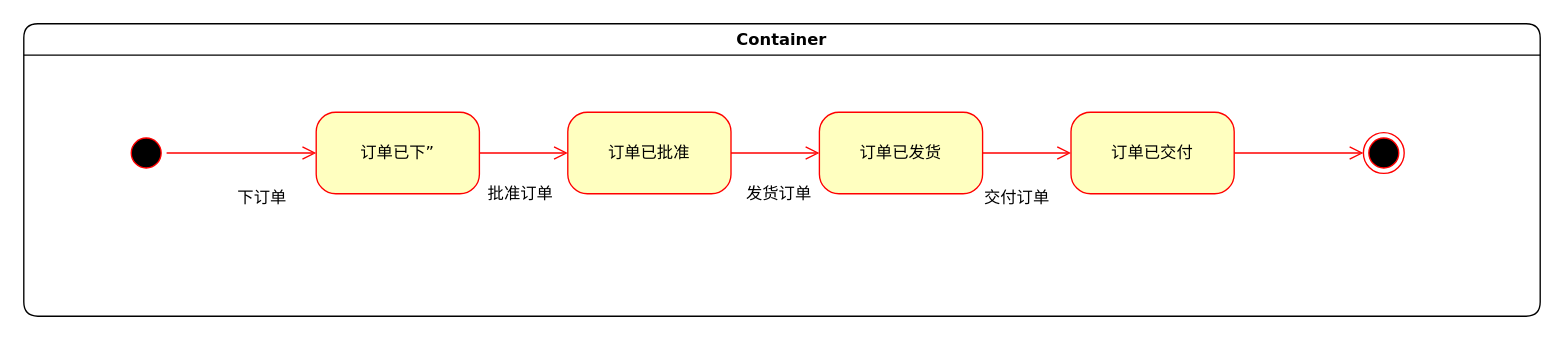
The draw.io diagram 未命名绘图.drawio in sunmiao0301/Public-Pic-Bed, before the edit. Source tidied: cells renumbered, new cells numbered last; positions are measured from the earlier drawing's top-left corner, leaving out a move shared by most shapes. Both pictures are drawn from the tidied source at 136%, with x=0, y=0 at pixel (23, 23).
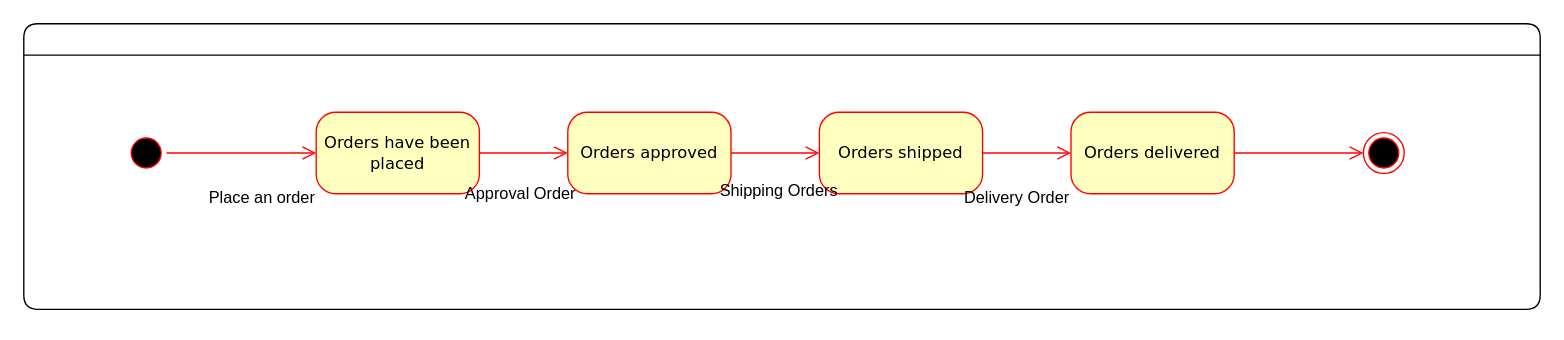
The same diagram, later.

Commit message (it also covers changes not shown here):
更新未命名绘图.drawio

Change to the diagram source:
```diff
@@
 <mxGraphModel>
   <root>
     <mxCell id="0" />
     <mxCell id="1" parent="0" />
-    <mxCell id="2" value="Container" style="swimlane;whiteSpace=wrap;html=1;rounded=1;shadow=0;comic=0;labelBackgroundColor=none;strokeWidth=1;fontFamily=Verdana;fontSize=12;align=center;" parent="1" vertex="1">
-      <mxGeometry width="1115" height="215" as="geometry" />
+    <mxCell id="2" style="swimlane;whiteSpace=wrap;html=1;rounded=1;shadow=0;comic=0;labelBackgroundColor=none;strokeWidth=1;fontFamily=Verdana;fontSize=12;align=center;" parent="1" vertex="1">
+      <mxGeometry width="1115" height="210" as="geometry" />
     </mxCell>
     <mxCell id="3" style="edgeStyle=elbowEdgeStyle;html=1;labelBackgroundColor=none;endArrow=open;endSize=8;strokeColor=#ff0000;fontFamily=Verdana;fontSize=12;align=left;" parent="2" edge="1" source="4" target="9">
       <mxGeometry relative="1" as="geometry" />
     </mxCell>
-    <mxCell id="4" value="订单已下”" style="rounded=1;whiteSpace=wrap;html=1;arcSize=24;fillColor=#ffffc0;strokeColor=#ff0000;shadow=0;comic=0;labelBackgroundColor=none;fontFamily=Verdana;fontSize=12;fontColor=#000000;align=center;" parent="2" vertex="1">
+    <mxCell id="4" value="Orders have been placed" style="rounded=1;whiteSpace=wrap;html=1;arcSize=24;fillColor=#ffffc0;strokeColor=#ff0000;shadow=0;comic=0;labelBackgroundColor=none;fontFamily=Verdana;fontSize=12;fontColor=#000000;align=center;" parent="2" vertex="1">
       <mxGeometry x="215" y="65" width="120" height="60" as="geometry" />
     </mxCell>
     <mxCell id="5" style="ellipse;html=1;shape=endState;fillColor=#000000;strokeColor=#ff0000;rounded=1;shadow=0;comic=0;labelBackgroundColor=none;fontFamily=Verdana;fontSize=12;fontColor=#000000;align=center;" parent="2" vertex="1">
       <mxGeometry x="985" y="80" width="30" height="30" as="geometry" />
     </mxCell>
     <mxCell id="6" style="edgeStyle=elbowEdgeStyle;html=1;labelBackgroundColor=none;endArrow=open;endSize=8;strokeColor=#ff0000;fontFamily=Verdana;fontSize=12;align=left;" parent="2" edge="1" source="7" target="4">
       <mxGeometry relative="1" as="geometry" />
     </mxCell>
     <mxCell id="7" style="ellipse;html=1;shape=startState;fillColor=#000000;strokeColor=#ff0000;rounded=1;shadow=0;comic=0;labelBackgroundColor=none;fontFamily=Verdana;fontSize=12;fontColor=#000000;align=center;direction=south;" parent="2" vertex="1">
       <mxGeometry x="75" y="80" width="30" height="30" as="geometry" />
     </mxCell>
     <mxCell id="8" style="edgeStyle=elbowEdgeStyle;html=1;labelBackgroundColor=none;endArrow=open;endSize=8;strokeColor=#ff0000;fontFamily=Verdana;fontSize=12;align=left;" parent="2" edge="1" source="9" target="11">
       <mxGeometry relative="1" as="geometry" />
     </mxCell>
-    <mxCell id="9" value="订单已批准" style="rounded=1;whiteSpace=wrap;html=1;arcSize=24;fillColor=#ffffc0;strokeColor=#ff0000;shadow=0;comic=0;labelBackgroundColor=none;fontFamily=Verdana;fontSize=12;fontColor=#000000;align=center;" parent="2" vertex="1">
+    <mxCell id="9" value="Orders approved" style="rounded=1;whiteSpace=wrap;html=1;arcSize=24;fillColor=#ffffc0;strokeColor=#ff0000;shadow=0;comic=0;labelBackgroundColor=none;fontFamily=Verdana;fontSize=12;fontColor=#000000;align=center;" parent="2" vertex="1">
       <mxGeometry x="400" y="65" width="120" height="60" as="geometry" />
     </mxCell>
     <mxCell id="10" style="edgeStyle=elbowEdgeStyle;html=1;labelBackgroundColor=none;endArrow=open;endSize=8;strokeColor=#ff0000;fontFamily=Verdana;fontSize=12;align=left;" parent="2" edge="1" target="5">
       <mxGeometry relative="1" as="geometry">
         <mxPoint x="875" y="95" as="sourcePoint" />
       </mxGeometry>
     </mxCell>
-    <mxCell id="11" value="订单已发货" style="rounded=1;whiteSpace=wrap;html=1;arcSize=24;fillColor=#ffffc0;strokeColor=#ff0000;shadow=0;comic=0;labelBackgroundColor=none;fontFamily=Verdana;fontSize=12;fontColor=#000000;align=center;" parent="2" vertex="1">
+    <mxCell id="11" value="Orders shipped" style="rounded=1;whiteSpace=wrap;html=1;arcSize=24;fillColor=#ffffc0;strokeColor=#ff0000;shadow=0;comic=0;labelBackgroundColor=none;fontFamily=Verdana;fontSize=12;fontColor=#000000;align=center;" parent="2" vertex="1">
       <mxGeometry x="585" y="65" width="120" height="60" as="geometry" />
     </mxCell>
     <mxCell id="12" style="edgeStyle=elbowEdgeStyle;html=1;labelBackgroundColor=none;endArrow=open;endSize=8;strokeColor=#ff0000;fontFamily=Verdana;fontSize=12;align=left;" parent="2" edge="1" target="13">
       <mxGeometry relative="1" as="geometry">
         <mxPoint x="705" y="95" as="sourcePoint" />
       </mxGeometry>
     </mxCell>
-    <mxCell id="13" value="订单已交付" style="rounded=1;whiteSpace=wrap;html=1;arcSize=24;fillColor=#ffffc0;strokeColor=#ff0000;shadow=0;comic=0;labelBackgroundColor=none;fontFamily=Verdana;fontSize=12;fontColor=#000000;align=center;" parent="2" vertex="1">
+    <mxCell id="13" value="Orders delivered" style="rounded=1;whiteSpace=wrap;html=1;arcSize=24;fillColor=#ffffc0;strokeColor=#ff0000;shadow=0;comic=0;labelBackgroundColor=none;fontFamily=Verdana;fontSize=12;fontColor=#000000;align=center;" parent="2" vertex="1">
       <mxGeometry x="770" y="65" width="120" height="60" as="geometry" />
     </mxCell>
-    <mxCell id="14" value="批准订单" style="text;html=1;align=center;verticalAlign=middle;strokeColor=none;fillColor=none;" parent="2" vertex="1">
-      <mxGeometry x="330" y="110" width="70" height="30" as="geometry" />
+    <mxCell id="14" value="Approval Order" style="text;html=1;align=center;verticalAlign=middle;strokeColor=none;fillColor=none;" parent="2" vertex="1">
+      <mxGeometry x="315" y="110" width="100" height="30" as="geometry" />
     </mxCell>
-    <mxCell id="15" value="发货订单" style="text;html=1;align=center;verticalAlign=middle;strokeColor=none;fillColor=none;" parent="2" vertex="1">
-      <mxGeometry x="520" y="110" width="70" height="30" as="geometry" />
-    </mxCell>
-    <mxCell id="16" value="下订单" style="text;html=1;align=center;verticalAlign=middle;strokeColor=none;fillColor=none;" parent="2" vertex="1">
-      <mxGeometry x="145" y="113" width="60" height="30" as="geometry" />
+    <mxCell id="16" value="Place an order" style="text;html=1;align=center;verticalAlign=middle;strokeColor=none;fillColor=none;" parent="2" vertex="1">
+      <mxGeometry x="125" y="113" width="100" height="30" as="geometry" />
     </mxCell>
-    <mxCell id="17" value="交付订单" style="text;html=1;align=center;verticalAlign=middle;strokeColor=none;fillColor=none;" parent="2" vertex="1">
-      <mxGeometry x="695" y="113" width="70" height="30" as="geometry" />
+    <mxCell id="17" value="Delivery Order" style="text;html=1;align=center;verticalAlign=middle;strokeColor=none;fillColor=none;" parent="2" vertex="1">
+      <mxGeometry x="680" y="113" width="100" height="30" as="geometry" />
     </mxCell>
+    <mxCell id="18" value="Shipping Orders" style="text;html=1;align=center;verticalAlign=middle;strokeColor=none;fillColor=none;" parent="1" vertex="1">
+      <mxGeometry x="500" y="108" width="110" height="30" as="geometry" />
+    </mxCell>
   </root>
 </mxGraphModel>
```
